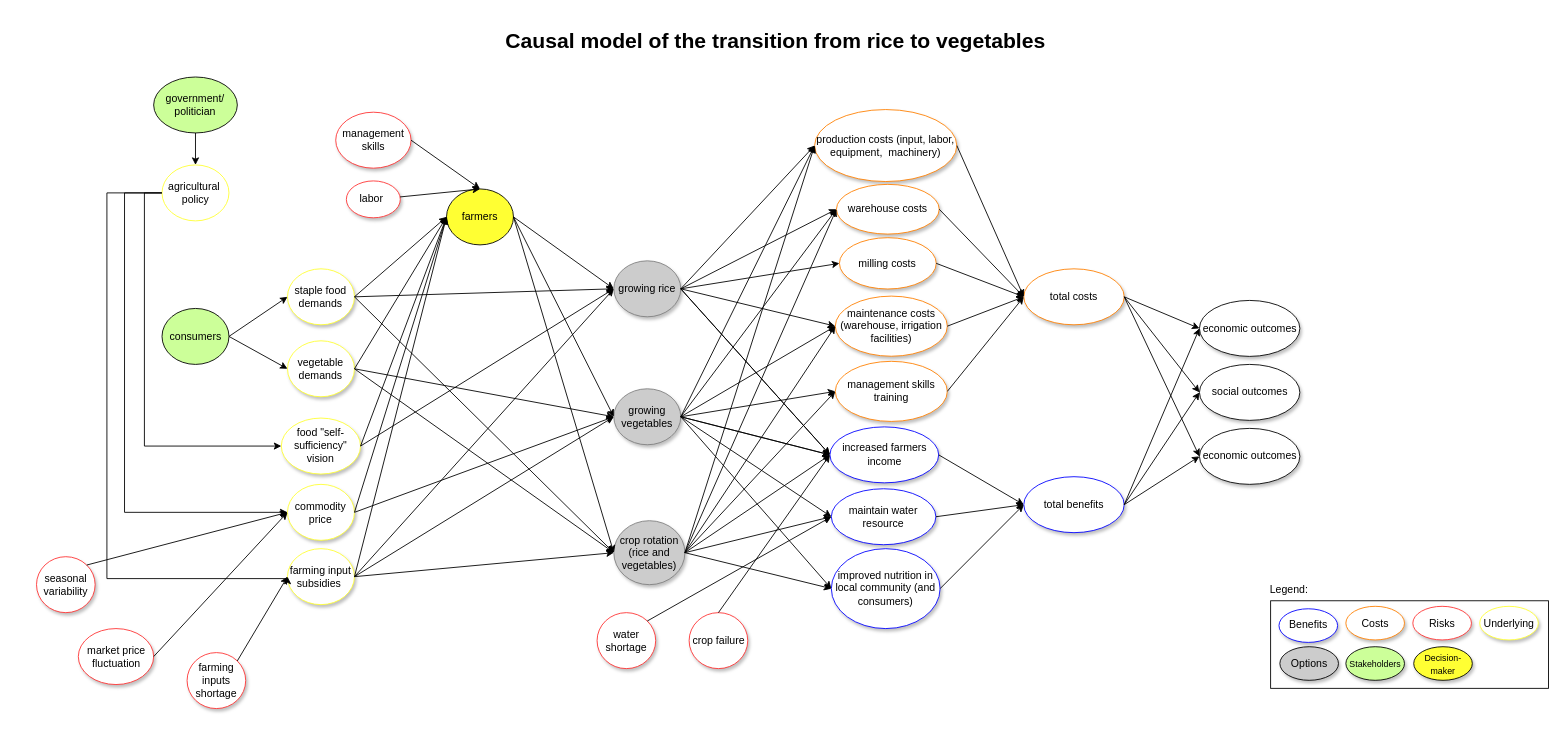
The draw.io diagram impact pathway.drawio in noviriasyifaunnafsi/transition-from-rice-to-vegetables, before the edit. Source tidied: cells renumbered, new cells numbered last; positions are measured from the earlier drawing's top-left corner, leaving out a move shared by most shapes. Both pictures are drawn from the tidied source at 88%, with x=0, y=0 at pixel (36, 24).
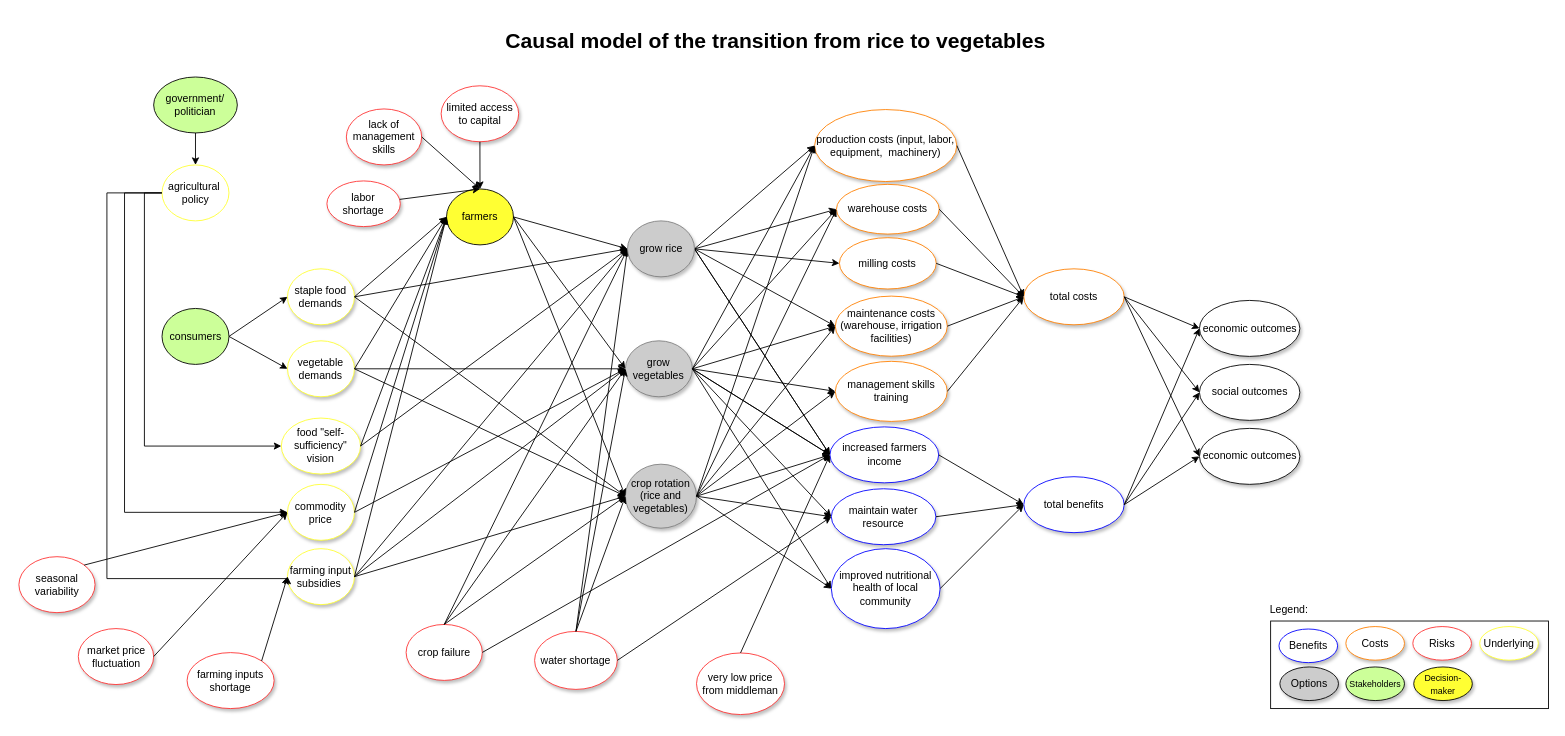
After the change.

The change refers to these unchanged cells:
```xml
<mxCell id="33" value="maintain water resource" style="ellipse;whiteSpace=wrap;html=1;shadow=1;strokeColor=#0000FF;" parent="1" vertex="1">
  <mxGeometry x="903.2" y="527.9" width="118.8" height="63.6" as="geometry" />
</mxCell>
<mxCell id="35" value="increased farmers income" style="ellipse;whiteSpace=wrap;html=1;shadow=1;strokeColor=#0000FF;" parent="1" vertex="1">
  <mxGeometry x="901.6" y="457.6" width="123.6" height="63.6" as="geometry" />
</mxCell>
<mxCell id="77" value="farmers" style="ellipse;whiteSpace=wrap;html=1;fillColor=#FFFF33;" parent="1" vertex="1">
  <mxGeometry x="465.9" y="187.2" width="76.1" height="63.6" as="geometry" />
</mxCell>
```

What changed in the source:
```diff
@@
-    <mxCell id="11" value="growing rice" style="ellipse;whiteSpace=wrap;html=1;strokeColor=#808080;shadow=1;fillColor=#CCCCCC;" parent="1" vertex="1">
-      <mxGeometry x="656" y="268.9" width="76.1" height="63.6" as="geometry" />
-    </mxCell>
-    <mxCell id="12" value="growing vegetables" style="ellipse;whiteSpace=wrap;html=1;strokeColor=#808080;shadow=1;fillColor=#CCCCCC;" parent="1" vertex="1">
-      <mxGeometry x="656" y="414.3" width="76.1" height="63.6" as="geometry" />
+    <mxCell id="12" value="grow vegetables" style="ellipse;whiteSpace=wrap;html=1;strokeColor=#808080;shadow=1;fillColor=#CCCCCC;" parent="1" vertex="1">
+      <mxGeometry x="669.2" y="359.8" width="76.1" height="63.6" as="geometry" />
     </mxCell>
     <mxCell id="13" value="crop rotation (rice and vegetables)" style="ellipse;whiteSpace=wrap;html=1;strokeColor=#808080;shadow=1;fillColor=#CCCCCC;" parent="1" vertex="1">
-      <mxGeometry x="656" y="564.2" width="80.8" height="72.7" as="geometry" />
+      <mxGeometry x="669.2" y="500" width="80.8" height="72.7" as="geometry" />
     </mxCell>
@@
     <mxCell id="27" value="farming inputs shortage" style="ellipse;whiteSpace=wrap;html=1;strokeColor=#FF3333;shadow=1;" parent="1" vertex="1">
-      <mxGeometry x="171.1" y="714.1" width="66.6" height="63.6" as="geometry" />
+      <mxGeometry x="171.1" y="714.1" width="98.9" height="63.6" as="geometry" />
     </mxCell>
@@
     <mxCell id="29" value="seasonal variability" style="ellipse;whiteSpace=wrap;html=1;strokeColor=#FF3333;shadow=1;" parent="1" vertex="1">
-      <mxGeometry y="605.1" width="66.6" height="63.6" as="geometry" />
+      <mxGeometry x="-20" y="605.1" width="86.5" height="63.6" as="geometry" />
     </mxCell>
@@
-    <mxCell id="34" value="improved nutrition in local community (and consumers)" style="ellipse;whiteSpace=wrap;html=1;shadow=1;strokeColor=#0000FF;" parent="1" vertex="1">
+    <mxCell id="34" value="improved nutritional health of local community" style="ellipse;whiteSpace=wrap;html=1;shadow=1;strokeColor=#0000FF;" parent="1" vertex="1">
       <mxGeometry x="903.2" y="596" width="123.6" height="90.8" as="geometry" />
     </mxCell>
@@
     <mxCell id="74" value="crop failure" style="ellipse;whiteSpace=wrap;html=1;strokeColor=#FF3333;shadow=1;" parent="1" vertex="1">
-      <mxGeometry x="741.6" y="668.7" width="66.6" height="63.6" as="geometry" />
+      <mxGeometry x="420" y="682.1" width="86.6" height="63.6" as="geometry" />
     </mxCell>
-    <mxCell id="75" style="endArrow=classic;html=1;rounded=0;exitX=0.5;exitY=0;exitDx=0;exitDy=0;entryX=0;entryY=0.5;entryDx=0;entryDy=0;" parent="1" edge="1" source="74" target="35">
-      <mxGeometry relative="1" as="geometry" />
-    </mxCell>
-    <mxCell id="76" style="edgeStyle=orthogonalEdgeStyle;rounded=0;orthogonalLoop=1;jettySize=auto;html=1;exitX=0.5;exitY=1;exitDx=0;exitDy=0;" parent="1" edge="1">
-      <mxGeometry relative="1" as="geometry">
-        <mxPoint x="685.9" y="253.7" as="sourcePoint" />
-        <mxPoint x="685.9" y="253.7" as="targetPoint" />
-      </mxGeometry>
-    </mxCell>
@@
     <mxCell id="85" style="group;" parent="1" vertex="1">
-      <mxGeometry x="1388.1" y="628" width="330" height="126.7" as="geometry" />
+      <mxGeometry x="1388.1" y="651" width="330" height="126.7" as="geometry" />
     </mxCell>
@@
     <mxCell id="94" value="water shortage" style="ellipse;whiteSpace=wrap;html=1;strokeColor=#FF3333;shadow=1;" parent="1" vertex="1">
-      <mxGeometry x="637" y="668.7" width="66.6" height="63.6" as="geometry" />
+      <mxGeometry x="566" y="690" width="94" height="65.9" as="geometry" />
     </mxCell>
-    <mxCell id="95" style="endArrow=classic;html=1;rounded=0;exitX=1;exitY=0;exitDx=0;exitDy=0;entryX=0;entryY=0.5;entryDx=0;entryDy=0;" parent="1" edge="1" source="94" target="33">
+    <mxCell id="95" style="endArrow=classic;html=1;rounded=0;exitX=1;exitY=0.5;exitDx=0;exitDy=0;entryX=0;entryY=0.5;entryDx=0;entryDy=0;" parent="1" edge="1" source="94" target="33">
       <mxGeometry relative="1" as="geometry" />
     </mxCell>
-    <mxCell id="96" value="management skills" style="ellipse;whiteSpace=wrap;html=1;strokeColor=#FF3333;shadow=1;" parent="1" vertex="1">
-      <mxGeometry x="340" y="100" width="85.6" height="63.6" as="geometry" />
+    <mxCell id="96" value="lack of management skills" style="ellipse;whiteSpace=wrap;html=1;strokeColor=#FF3333;shadow=1;" parent="1" vertex="1">
+      <mxGeometry x="352.1" y="96.3" width="85.6" height="63.6" as="geometry" />
     </mxCell>
-    <mxCell id="97" value="labor&amp;nbsp;" style="ellipse;whiteSpace=wrap;html=1;strokeColor=#FF3333;shadow=1;" parent="1" vertex="1">
-      <mxGeometry x="352.1" y="178.1" width="61.3" height="41.9" as="geometry" />
+    <mxCell id="97" value="labor &lt;br&gt;shortage" style="ellipse;whiteSpace=wrap;html=1;strokeColor=#FF3333;shadow=1;" parent="1" vertex="1">
+      <mxGeometry x="330" y="178.1" width="83.4" height="51.9" as="geometry" />
     </mxCell>
@@
     <mxCell id="107" value="&lt;font style=&quot;font-size: 10px;&quot;&gt;Stakeholders&lt;/font&gt;" style="ellipse;whiteSpace=wrap;html=1;shadow=1;strokeColor=default;fillColor=#CCFF99;" parent="1" vertex="1">
-      <mxGeometry x="1487.9" y="707.4" width="66.6" height="38.2" as="geometry" />
+      <mxGeometry x="1487.9" y="730.4" width="66.6" height="38.2" as="geometry" />
     </mxCell>
@@
+    <mxCell id="111" value="limited access to capital" style="ellipse;whiteSpace=wrap;html=1;strokeColor=#FF3333;shadow=1;" parent="1" vertex="1">
+      <mxGeometry x="459.8" y="70" width="88.1" height="63.6" as="geometry" />
+    </mxCell>
+    <mxCell id="112" style="endArrow=classic;html=1;rounded=0;exitX=0.5;exitY=1;exitDx=0;exitDy=0;entryX=0.5;entryY=0;entryDx=0;entryDy=0;" parent="1" edge="1" source="111" target="77">
+      <mxGeometry relative="1" as="geometry" />
+    </mxCell>
+    <mxCell id="113" value="very low price from middleman" style="ellipse;whiteSpace=wrap;html=1;strokeColor=#FF3333;shadow=1;" parent="1" vertex="1">
+      <mxGeometry x="750" y="714.5" width="100" height="70" as="geometry" />
+    </mxCell>
+    <mxCell id="114" style="endArrow=classic;html=1;rounded=0;exitX=0.5;exitY=0;exitDx=0;exitDy=0;entryX=0;entryY=0.5;entryDx=0;entryDy=0;" parent="1" edge="1" source="113" target="35">
+      <mxGeometry relative="1" as="geometry" />
+    </mxCell>
+    <mxCell id="115" style="endArrow=classic;html=1;rounded=0;exitX=0.5;exitY=0;exitDx=0;exitDy=0;entryX=0;entryY=0.5;entryDx=0;entryDy=0;" parent="1" edge="1" source="74" target="11">
+      <mxGeometry relative="1" as="geometry" />
+    </mxCell>
+    <mxCell id="116" style="endArrow=classic;html=1;rounded=0;exitX=0.5;exitY=0;exitDx=0;exitDy=0;entryX=0;entryY=0.5;entryDx=0;entryDy=0;" parent="1" edge="1" source="74" target="12">
+      <mxGeometry relative="1" as="geometry" />
+    </mxCell>
+    <mxCell id="117" style="endArrow=classic;html=1;rounded=0;exitX=0.5;exitY=0;exitDx=0;exitDy=0;entryX=0;entryY=0.5;entryDx=0;entryDy=0;" parent="1" edge="1" source="74" target="13">
+      <mxGeometry relative="1" as="geometry" />
+    </mxCell>
+    <mxCell id="118" style="endArrow=classic;html=1;rounded=0;exitX=0.5;exitY=0;exitDx=0;exitDy=0;entryX=0;entryY=0.5;entryDx=0;entryDy=0;" parent="1" edge="1" source="94" target="11">
+      <mxGeometry relative="1" as="geometry" />
+    </mxCell>
+    <mxCell id="119" style="endArrow=classic;html=1;rounded=0;exitX=0.5;exitY=0;exitDx=0;exitDy=0;entryX=0;entryY=0.5;entryDx=0;entryDy=0;" parent="1" edge="1" source="94" target="12">
+      <mxGeometry relative="1" as="geometry" />
+    </mxCell>
+    <mxCell id="120" style="endArrow=classic;html=1;rounded=0;exitX=0.5;exitY=0;exitDx=0;exitDy=0;entryX=0;entryY=0.5;entryDx=0;entryDy=0;" parent="1" edge="1" source="94" target="13">
+      <mxGeometry relative="1" as="geometry" />
+    </mxCell>
+    <mxCell id="75" style="endArrow=classic;html=1;rounded=0;exitX=1;exitY=0.5;exitDx=0;exitDy=0;entryX=0;entryY=0.5;entryDx=0;entryDy=0;" parent="1" edge="1" source="74" target="35">
+      <mxGeometry relative="1" as="geometry" />
+    </mxCell>
+    <mxCell id="11" value="grow rice" style="ellipse;whiteSpace=wrap;html=1;strokeColor=#808080;shadow=1;fillColor=#CCCCCC;" parent="1" vertex="1">
+      <mxGeometry x="671.6" y="223.5" width="76.1" height="63.6" as="geometry" />
+    </mxCell>
```
